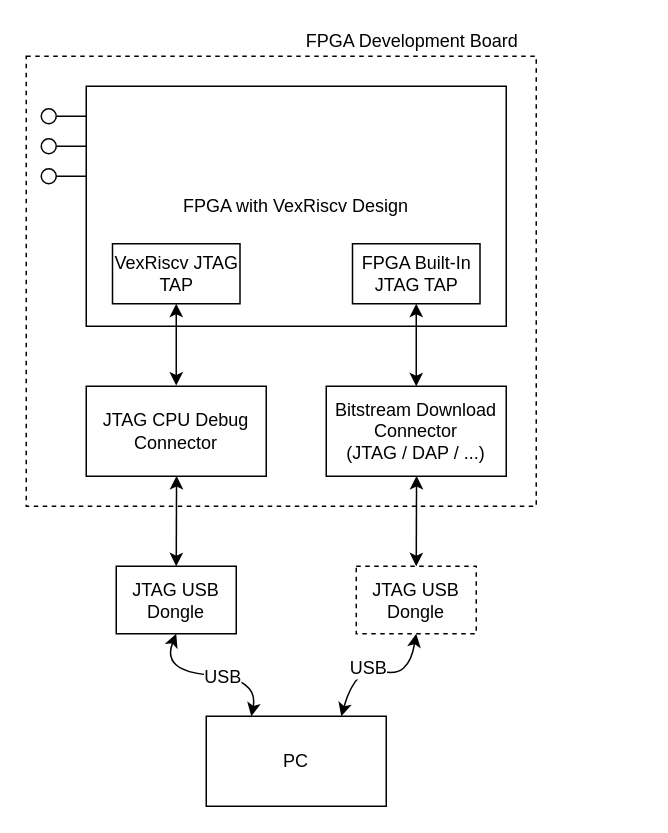
Earlier version of the draw.io diagram page "system_setup_generic" (3 of 4) of assets/vexriscv_ocd/vexriscv_ocd.drawio (tomverbeure/tomverbeure.github.io). Source tidied: cells renumbered, new cells numbered last; positions are measured from the earlier drawing's top-left corner, leaving out a move shared by most shapes. Both pictures are drawn from the tidied source at 150%, with x=0, y=0 at pixel (26, 26).
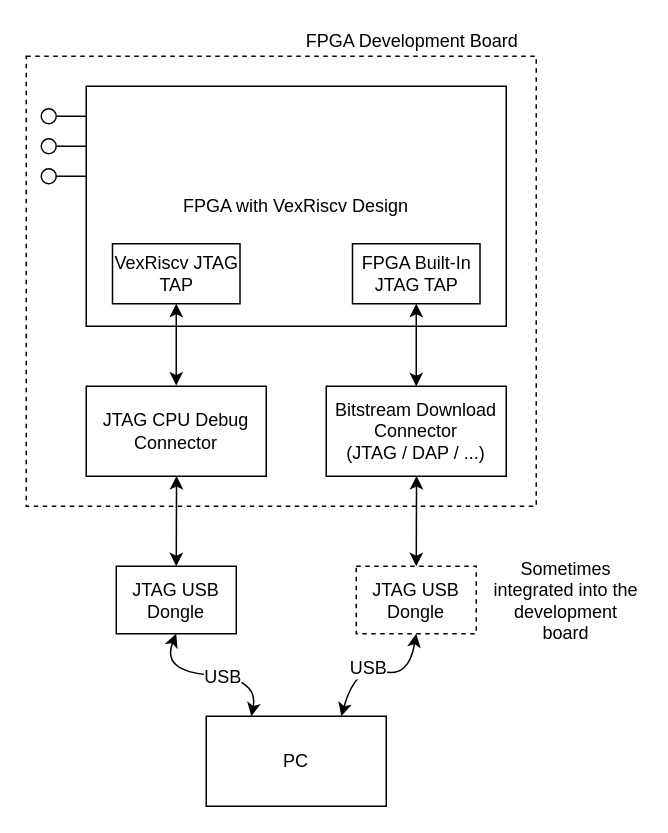
After the change.

Diff of the diagram source:
```diff
@@
+    <mxCell id="26" value="Sometimes integrated into the development board" style="text;html=1;strokeColor=none;fillColor=none;align=center;verticalAlign=middle;whiteSpace=wrap;rounded=0;" parent="1" vertex="1">
+      <mxGeometry x="310" y="350" width="100" height="65" as="geometry" />
+    </mxCell>
```
